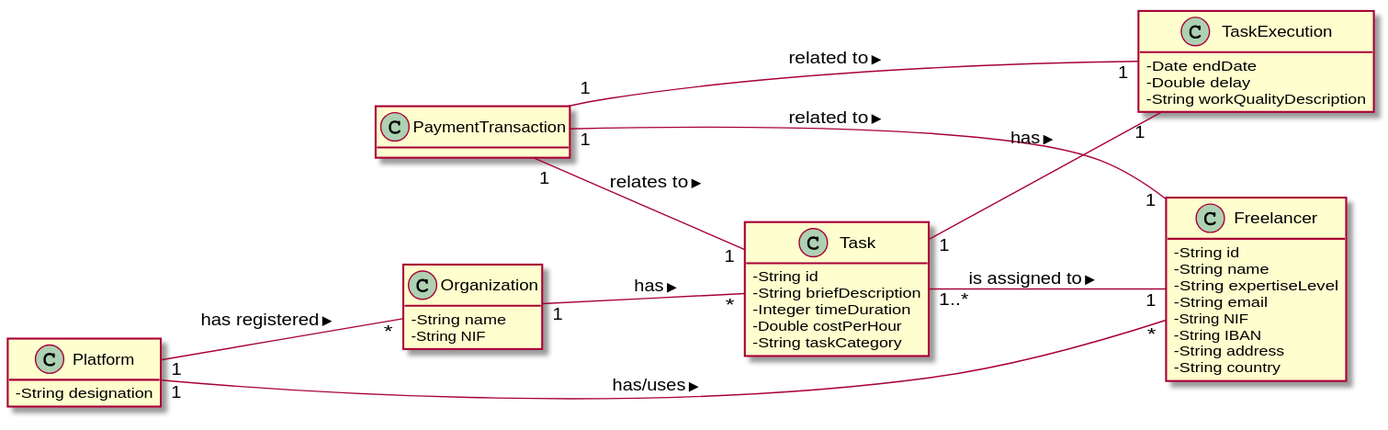
pedrolemos4/LAPR2 keeps this PlantUML diagram as docs/UC6 - Check performance indicators/UC6_MD.svg. Above is the earlier version.
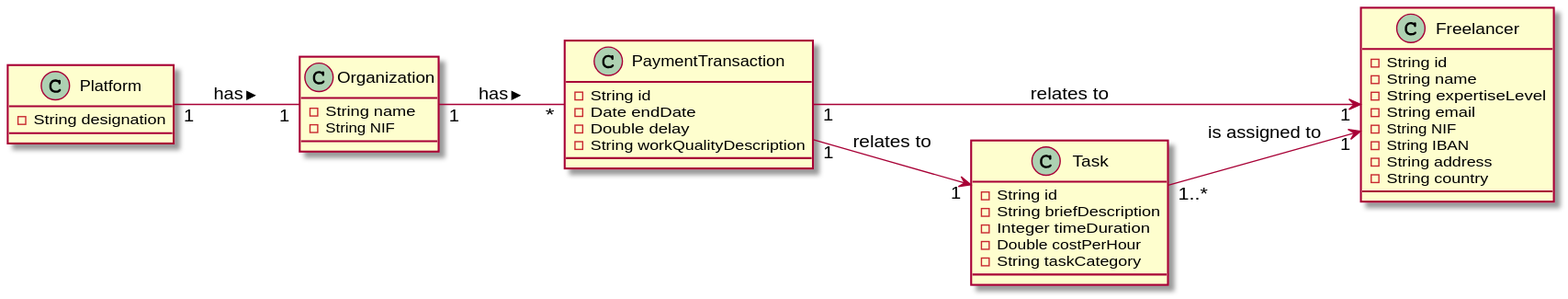
The same file after the commit.

Change to the diagram source:
```diff
@@ -1,53 +1,47 @@
 @startuml
-skinparam classAttributeIconSize 0
-hide methods
 left to right direction
 
 class Platform {
-  -String designation
+    -String designation
+}
+
+class Organization {
+    -String name
+    -String NIF
 }
 
 
+
+class PaymentTransaction {
+    -String id
+    -Date endDate
+    -Double delay
+    -String workQualityDescription
+}
+
 class Freelancer {
-  -String id
-  -String name
-  -String expertiseLevel
-  -String email
-  -String NIF
-  -String IBAN
-  -String address
-  -String country
-  }
-
-class Organization {
-  -String name
-  -String NIF
+    -String id
+    -String name
+    -String expertiseLevel
+    -String email
+    -String NIF
+    -String IBAN
+    -String address
+    -String country
 }
 
 class Task {
- -String id
- -String briefDescription
- -Integer timeDuration
- -Double costPerHour
- -String taskCategory
-}
-
-class TaskExecution {
- -Date endDate
- -Double delay
- -String workQualityDescription
-}
-
-class PaymentTransaction{
+  -String id
+  -String briefDescription
+  -Integer timeDuration
+  -Double costPerHour
+  -String taskCategory
 }
 
 
-Platform "1" -- "*" Freelancer : has/uses >
-PaymentTransaction "1" -- "1" Freelancer: related to >
-PaymentTransaction "1" -- "1" Task: relates to >
-PaymentTransaction "1" -- "1" TaskExecution: related to >
-Task "1" -- "1" TaskExecution: has >
-Task "1..*" -- "1" Freelancer: is assigned to >
-Organization "1" -- "*" Task: has >
-Platform "1" -- "*" Organization : has registered >
+Platform "1" -- "1" Organization : has >
+Organization "1" -- "*" PaymentTransaction : has >
+PaymentTransaction "1" --> "1" Freelancer : relates to
+PaymentTransaction "1" --> "1" Task : relates to
+Task "1..*" --> "1" Freelancer : is assigned to
 @enduml
```
